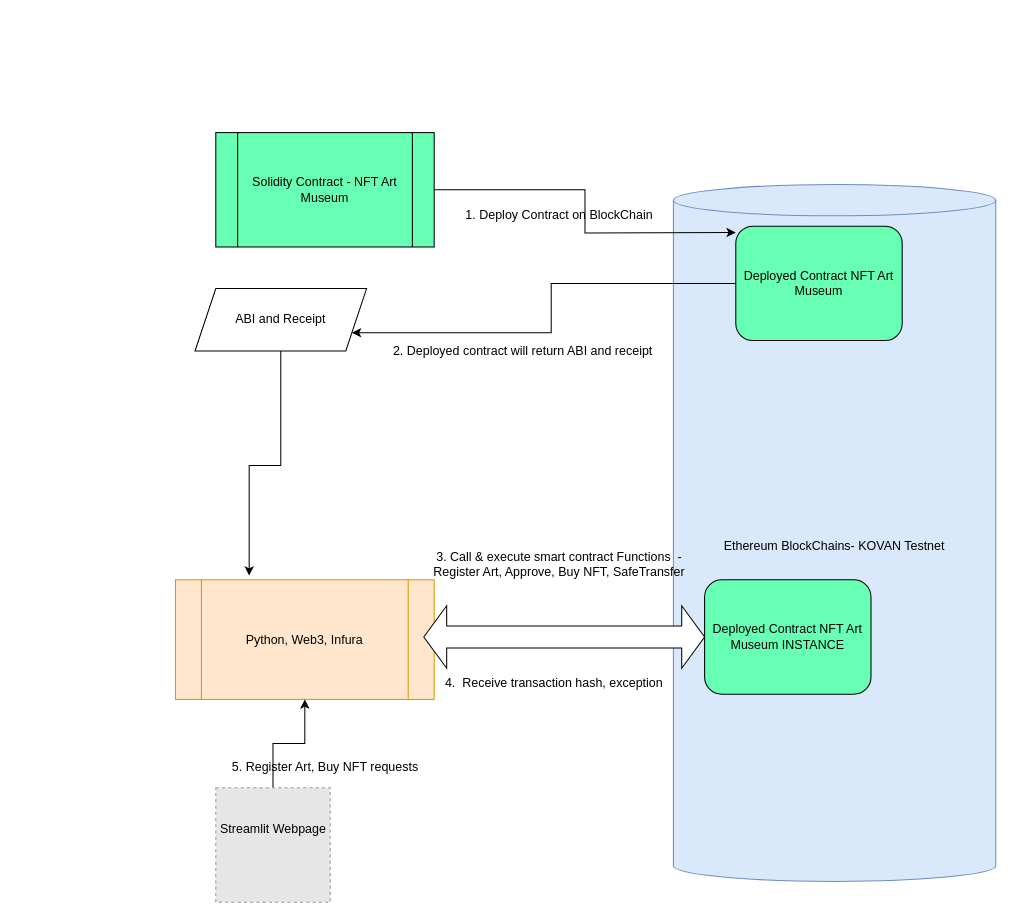
Before: NFT Art Museum.drawio in rchak007/NFTArtMuseum, a draw.io diagram. Source tidied: cells renumbered, new cells numbered last; positions are measured from the earlier drawing's top-left corner, leaving out a move shared by most shapes. Both pictures are drawn from the tidied source at 104%, with x=0, y=0 at pixel (175, 132). Pictures stored in the file or linked from it are replaced by grey dashed boxes.
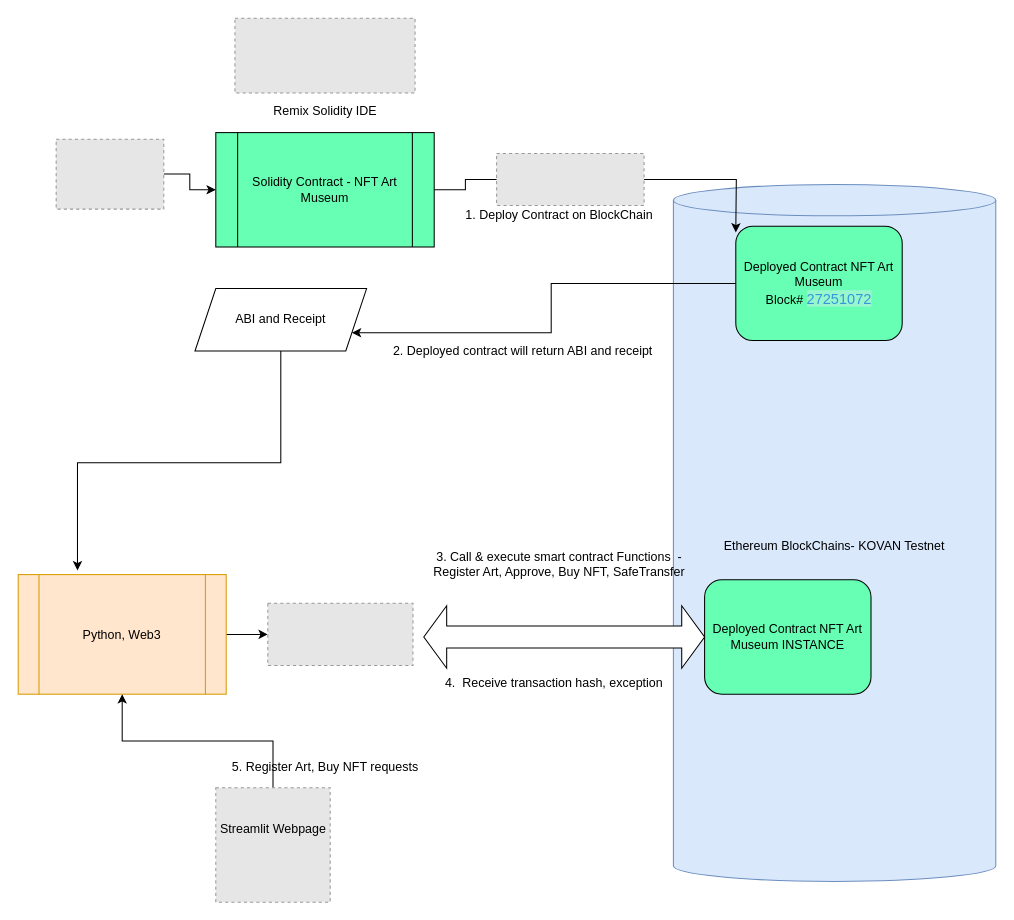
Above is the later version.

Unchanged cells that the change refers to:
```xml
<mxCell id="6" value="Solidity Contract - NFT Art Museum" style="shape=process;whiteSpace=wrap;html=1;backgroundOutline=1;fillColor=#66FFB3;" parent="1" vertex="1">
  <mxGeometry x="39" width="210" height="110" as="geometry" />
</mxCell>
```

Change to the diagram source:
```diff
@@
-    <mxCell id="4" value="Deployed Contract NFT Art Museum" style="rounded=1;whiteSpace=wrap;html=1;fillColor=#66FFB3;" parent="1" vertex="1">
+    <mxCell id="4" value="Deployed Contract NFT Art Museum&lt;br&gt;Block#&amp;nbsp;&lt;a href=&quot;https://kovan.etherscan.io/block/27251072&quot; style=&quot;box-sizing: border-box ; color: rgb(52 , 152 , 219) ; background-color: rgba(231 , 234 , 243 , 0.4) ; text-decoration: none ; font-family: &amp;#34;helvetica&amp;#34; , &amp;#34;arial&amp;#34; , sans-serif ; font-size: 14px ; text-align: left&quot;&gt;27251072&lt;/a&gt;" style="rounded=1;whiteSpace=wrap;html=1;fillColor=#66FFB3;" parent="1" vertex="1">
       <mxGeometry x="539" y="90" width="160" height="110" as="geometry" />
     </mxCell>
-    <mxCell id="5" style="edgeStyle=orthogonalEdgeStyle;rounded=0;jettySize=auto;html=1;" parent="1" edge="1" source="6">
+    <mxCell id="5" style="edgeStyle=orthogonalEdgeStyle;rounded=0;jettySize=auto;html=1;startArrow=none;" parent="1" edge="1" source="21">
       <mxGeometry relative="1" as="geometry">
         <mxPoint x="539" y="96" as="targetPoint" />
       </mxGeometry>
     </mxCell>
@@
+    <mxCell id="20" style="edgeStyle=orthogonalEdgeStyle;rounded=0;jettySize=auto;html=1;entryX=0;entryY=0.5;entryDx=0;entryDy=0;" parent="1" edge="1" source="11" target="27">
+      <mxGeometry relative="1" as="geometry" />
+    </mxCell>
-    <mxCell id="11" value="Python, Web3, Infura" style="shape=process;whiteSpace=wrap;html=1;backgroundOutline=1;fillColor=#ffe6cc;strokeColor=#d79b00;" parent="1" vertex="1">
-      <mxGeometry x="0.2" y="430" width="248.8" height="115" as="geometry" />
+    <mxCell id="11" value="Python, Web3" style="shape=process;whiteSpace=wrap;html=1;backgroundOutline=1;fillColor=#ffe6cc;strokeColor=#d79b00;" parent="1" vertex="1">
+      <mxGeometry x="-151" y="425" width="200" height="115" as="geometry" />
     </mxCell>
@@
+    <mxCell id="21" style="fillColor=#E6E6E6;strokeColor=#999999;dashed=1;verticalLabelPosition=bottom;labelBackgroundColor=#ffffff;verticalAlign=top;" parent="1" vertex="1">
+      <mxGeometry x="309" y="20" width="141.8" height="50" as="geometry" />
+    </mxCell>
+    <mxCell id="22" style="edgeStyle=orthogonalEdgeStyle;rounded=0;jettySize=auto;html=1;endArrow=none;" parent="1" edge="1" source="6" target="21">
+      <mxGeometry relative="1" as="geometry" />
+    </mxCell>
+    <mxCell id="23" value="Remix Solidity IDE" style="text;html=1;align=center;verticalAlign=middle;strokeColor=none;fillColor=none;" parent="1" vertex="1">
+      <mxGeometry x="89" y="-30" width="110" height="20" as="geometry" />
+    </mxCell>
+    <mxCell id="24" style="edgeStyle=orthogonalEdgeStyle;rounded=0;jettySize=auto;html=1;" parent="1" edge="1" source="25" target="6">
+      <mxGeometry relative="1" as="geometry" />
+    </mxCell>
+    <mxCell id="25" style="fillColor=#E6E6E6;strokeColor=#999999;dashed=1;verticalLabelPosition=bottom;labelBackgroundColor=#ffffff;verticalAlign=top;" parent="1" vertex="1">
+      <mxGeometry x="-114.5" y="6.3" width="103.5" height="67.3" as="geometry" />
+    </mxCell>
+    <mxCell id="26" style="fillColor=#E6E6E6;strokeColor=#999999;dashed=1;verticalLabelPosition=bottom;labelBackgroundColor=#ffffff;verticalAlign=top;" parent="1" vertex="1">
+      <mxGeometry x="57.4" y="-110" width="173.2" height="72" as="geometry" />
+    </mxCell>
+    <mxCell id="27" style="fillColor=#E6E6E6;strokeColor=#999999;dashed=1;verticalLabelPosition=bottom;labelBackgroundColor=#ffffff;verticalAlign=top;" parent="1" vertex="1">
+      <mxGeometry x="89" y="452.5" width="139.6" height="60" as="geometry" />
+    </mxCell>
```
